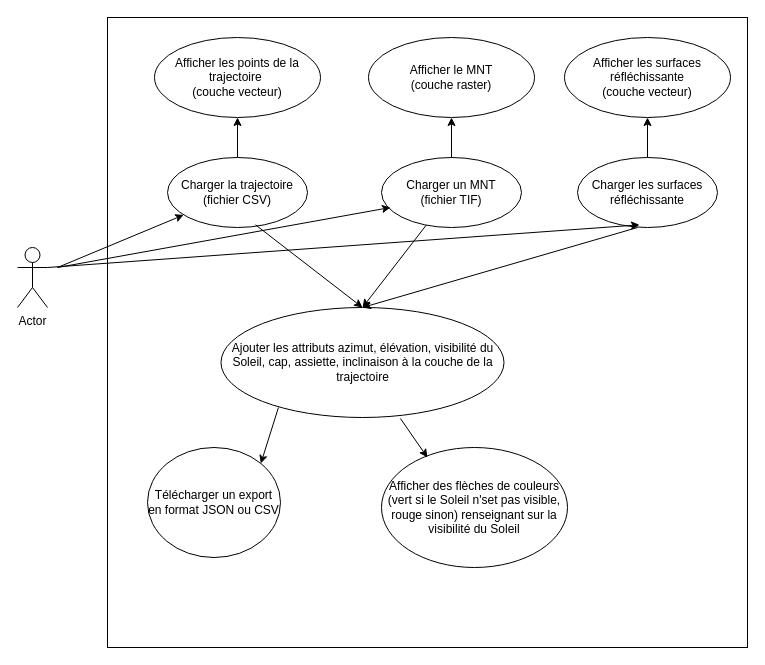
Before: DiagrammeCasUtilisation.drawio in PaulCllch/BEA, a draw.io diagram. Source tidied: cells renumbered, new cells numbered last; positions are measured from the earlier drawing's top-left corner, leaving out a move shared by most shapes. Both pictures are drawn from the tidied source at 100%, with x=0, y=0 at pixel (17, 17).
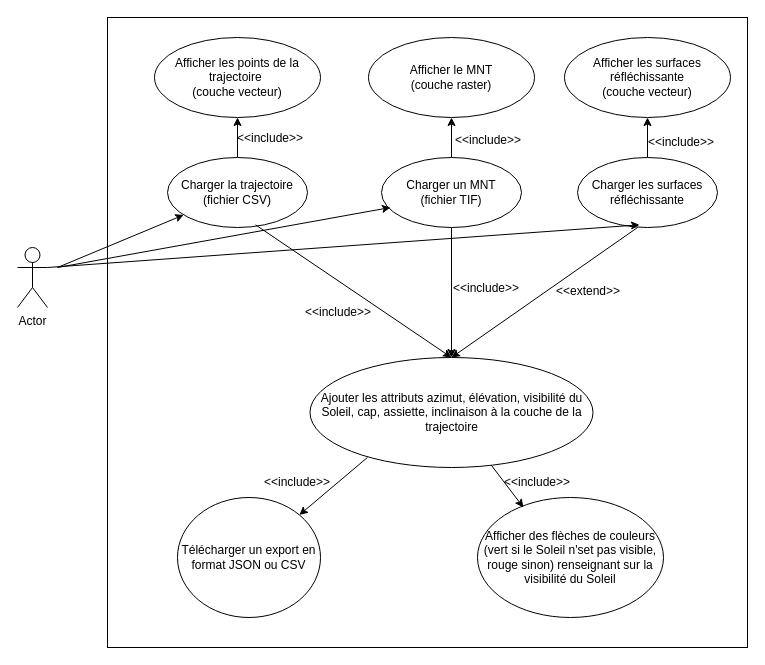
The same diagram, later.

Commit message:
Mettre à jour DiagrammeCasUtilisation.drawio

Change to the diagram source:
```diff
@@
     <mxCell id="12" value="Ajouter les attributs azimut, élévation, visibilité du Soleil, cap, assiette, inclinaison à la couche de la trajectoire" style="ellipse;whiteSpace=wrap;html=1;" parent="1" vertex="1">
-      <mxGeometry x="203.5" y="290" width="283" height="110" as="geometry" />
+      <mxGeometry x="292.5" y="340" width="283" height="110" as="geometry" />
     </mxCell>
     <mxCell id="13" value="Télécharger un export en format JSON ou CSV" style="ellipse;whiteSpace=wrap;html=1;" parent="1" vertex="1">
-      <mxGeometry x="130" y="430" width="133" height="110" as="geometry" />
+      <mxGeometry x="160" y="480" width="143" height="120" as="geometry" />
     </mxCell>
     <mxCell id="14" value="Afficher des flèches de couleurs (vert si le Soleil n'set pas visible, rouge sinon) renseignant sur la visibilité du Soleil" style="ellipse;whiteSpace=wrap;html=1;" parent="1" vertex="1">
-      <mxGeometry x="364" y="430" width="186" height="120" as="geometry" />
+      <mxGeometry x="460" y="480" width="186" height="120" as="geometry" />
     </mxCell>
-    <mxCell id="15" style="endArrow=classic;html=1;rounded=0;fontFamily=Helvetica;fontSize=12;fontColor=default;exitX=0.634;exitY=1.009;exitDx=0;exitDy=0;exitPerimeter=0;entryX=0.247;entryY=0.083;entryDx=0;entryDy=0;entryPerimeter=0;" parent="1" edge="1" source="12" target="14">
+    <mxCell id="15" style="endArrow=classic;html=1;rounded=0;fontFamily=Helvetica;fontSize=12;fontColor=default;entryX=0.247;entryY=0.083;entryDx=0;entryDy=0;entryPerimeter=0;" parent="1" edge="1" source="12" target="14">
       <mxGeometry relative="1" as="geometry" />
     </mxCell>
@@
+    <mxCell id="24" value="&amp;lt;&amp;lt;include&amp;gt;&amp;gt;" style="text;html=1;align=center;verticalAlign=middle;whiteSpace=wrap;rounded=0;fontFamily=Helvetica;fontSize=12;fontColor=default;" parent="1" vertex="1">
+      <mxGeometry x="223" y="106" width="60" height="30" as="geometry" />
+    </mxCell>
+    <mxCell id="25" value="&amp;lt;&amp;lt;include&amp;gt;&amp;gt;" style="text;html=1;align=center;verticalAlign=middle;whiteSpace=wrap;rounded=0;fontFamily=Helvetica;fontSize=12;fontColor=default;" parent="1" vertex="1">
+      <mxGeometry x="441" y="108" width="60" height="30" as="geometry" />
+    </mxCell>
+    <mxCell id="26" value="&amp;lt;&amp;lt;include&amp;gt;&amp;gt;" style="text;html=1;align=center;verticalAlign=middle;whiteSpace=wrap;rounded=0;fontFamily=Helvetica;fontSize=12;fontColor=default;" parent="1" vertex="1">
+      <mxGeometry x="634" y="110" width="60" height="30" as="geometry" />
+    </mxCell>
+    <mxCell id="27" value="&amp;lt;&amp;lt;include&amp;gt;&amp;gt;" style="text;html=1;align=center;verticalAlign=middle;whiteSpace=wrap;rounded=0;fontFamily=Helvetica;fontSize=12;fontColor=default;" parent="1" vertex="1">
+      <mxGeometry x="490" y="450" width="60" height="30" as="geometry" />
+    </mxCell>
+    <mxCell id="28" value="&amp;lt;&amp;lt;include&amp;gt;&amp;gt;" style="text;html=1;align=center;verticalAlign=middle;whiteSpace=wrap;rounded=0;fontFamily=Helvetica;fontSize=12;fontColor=default;" parent="1" vertex="1">
+      <mxGeometry x="250" y="450" width="60" height="30" as="geometry" />
+    </mxCell>
+    <mxCell id="29" value="&amp;lt;&amp;lt;include&amp;gt;&amp;gt;" style="text;html=1;align=center;verticalAlign=middle;whiteSpace=wrap;rounded=0;fontFamily=Helvetica;fontSize=12;fontColor=default;" parent="1" vertex="1">
+      <mxGeometry x="291" y="280" width="60" height="30" as="geometry" />
+    </mxCell>
+    <mxCell id="30" value="&amp;lt;&amp;lt;include&amp;gt;&amp;gt;" style="text;html=1;align=center;verticalAlign=middle;whiteSpace=wrap;rounded=0;fontFamily=Helvetica;fontSize=12;fontColor=default;" parent="1" vertex="1">
+      <mxGeometry x="439" y="256" width="60" height="30" as="geometry" />
+    </mxCell>
+    <mxCell id="31" value="&amp;lt;&amp;lt;extend&amp;gt;&amp;gt;" style="text;html=1;align=center;verticalAlign=middle;whiteSpace=wrap;rounded=0;fontFamily=Helvetica;fontSize=12;fontColor=default;" parent="1" vertex="1">
+      <mxGeometry x="541" y="259" width="60" height="30" as="geometry" />
+    </mxCell>
```
